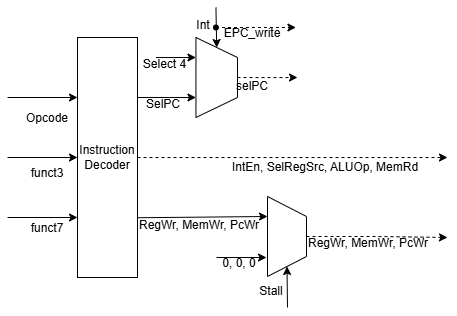
The draw.io diagram ControlUnit.drawio.png in sircuspelle/cached-harvard-risc-assembler, before a commit. Source tidied: cells renumbered, new cells last; positions are measured from the earlier drawing's top-left corner, leaving out a move shared by most shapes.
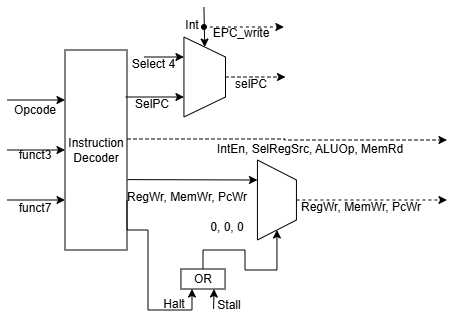
After the change.

The edit, as a diff of the source:
```diff
@@ -2,131 +2,155 @@
   <root>
     <mxCell id="0" />
     <mxCell id="1" parent="0" />
-    <mxCell id="2" style="edgeStyle=orthogonalEdgeStyle;rounded=0;jettySize=auto;html=1;exitX=1;exitY=0.5;exitDx=0;exitDy=0;dashed=1;" parent="1" edge="1" source="3">
+    <mxCell id="2" style="edgeStyle=orthogonalEdgeStyle;rounded=0;orthogonalLoop=1;jettySize=auto;html=1;exitX=1;exitY=0.5;exitDx=0;exitDy=0;dashed=1;" parent="1" edge="1">
       <mxGeometry relative="1" as="geometry">
-        <mxPoint x="440" y="150" as="targetPoint" />
+        <mxPoint x="124.5" y="119" as="sourcePoint" />
+        <mxPoint x="450" y="120" as="targetPoint" />
       </mxGeometry>
     </mxCell>
     <mxCell id="3" value="Instruction Decoder" style="rounded=0;whiteSpace=wrap;html=1;" parent="1" vertex="1">
-      <mxGeometry x="70" y="30" width="60" height="240" as="geometry" />
+      <mxGeometry x="68" y="30" width="62" height="200" as="geometry" />
     </mxCell>
-    <mxCell id="4" style="endArrow=classic;html=1;rounded=0;entryX=0;entryY=0.25;entryDx=0;entryDy=0;" parent="1" edge="1" target="3">
-      <mxGeometry relative="1" as="geometry">
-        <mxPoint y="90" as="sourcePoint" />
-      </mxGeometry>
-    </mxCell>
-    <mxCell id="5" style="endArrow=classic;html=1;rounded=0;entryX=0;entryY=0.5;entryDx=0;entryDy=0;" parent="1" edge="1" target="3">
-      <mxGeometry relative="1" as="geometry">
-        <mxPoint y="150" as="sourcePoint" />
-      </mxGeometry>
-    </mxCell>
-    <mxCell id="6" style="endArrow=classic;html=1;rounded=0;entryX=0;entryY=0.75;entryDx=0;entryDy=0;" parent="1" edge="1" target="3">
-      <mxGeometry relative="1" as="geometry">
-        <mxPoint y="210" as="sourcePoint" />
-      </mxGeometry>
-    </mxCell>
     <mxCell id="7" value="funct7" style="text;html=1;whiteSpace=wrap;strokeColor=none;fillColor=none;align=center;verticalAlign=middle;rounded=0;" parent="1" vertex="1">
-      <mxGeometry x="10" y="206" width="60" height="30" as="geometry" />
+      <mxGeometry x="8" y="182" width="60" height="12" as="geometry" />
     </mxCell>
     <mxCell id="8" value="Opcode" style="text;html=1;whiteSpace=wrap;strokeColor=none;fillColor=none;align=center;verticalAlign=middle;rounded=0;" parent="1" vertex="1">
-      <mxGeometry x="10" y="96" width="60" height="30" as="geometry" />
+      <mxGeometry x="8" y="79" width="60" height="21" as="geometry" />
     </mxCell>
     <mxCell id="9" value="funct3" style="text;html=1;whiteSpace=wrap;strokeColor=none;fillColor=none;align=center;verticalAlign=middle;rounded=0;" parent="1" vertex="1">
-      <mxGeometry x="10" y="151" width="60" height="30" as="geometry" />
+      <mxGeometry x="8" y="120" width="60" height="30" as="geometry" />
     </mxCell>
-    <mxCell id="10" style="edgeStyle=none;jettySize=auto;html=1;rounded=0;exitX=0.998;exitY=0.626;exitDx=0;exitDy=0;exitPerimeter=0;entryX=0.25;entryY=1;entryDx=0;entryDy=0;" parent="1" edge="1" target="15">
+    <mxCell id="10" style="edgeStyle=none;jettySize=auto;html=1;rounded=0;exitX=1.034;exitY=0.698;exitDx=0;exitDy=0;exitPerimeter=0;entryX=0.25;entryY=1;entryDx=0;entryDy=0;" parent="1" edge="1" target="15">
       <mxGeometry relative="1" as="geometry">
-        <mxPoint x="130" y="210.2" as="sourcePoint" />
+        <mxPoint x="130.5" y="159.6" as="sourcePoint" />
       </mxGeometry>
     </mxCell>
     <mxCell id="11" value="RegWr, MemWr,&amp;nbsp;&lt;span style=&quot;background-color: transparent; color: light-dark(rgb(0, 0, 0), rgb(255, 255, 255));&quot;&gt;PcWr&lt;/span&gt;" style="text;html=1;whiteSpace=wrap;strokeColor=none;fillColor=none;align=left;verticalAlign=middle;rounded=0;" parent="1" vertex="1">
-      <mxGeometry x="129.6" y="203" width="166.9" height="30" as="geometry" />
+      <mxGeometry x="128" y="170" width="166.9" height="14" as="geometry" />
     </mxCell>
     <mxCell id="12" value="0, 0, 0" style="text;html=1;whiteSpace=wrap;strokeColor=none;fillColor=none;align=center;verticalAlign=middle;rounded=0;" parent="1" vertex="1">
-      <mxGeometry x="202" y="241" width="60" height="30" as="geometry" />
+      <mxGeometry x="200.4" y="192" width="60" height="30" as="geometry" />
     </mxCell>
-    <mxCell id="13" style="endArrow=classic;html=1;rounded=0;" parent="1" edge="1">
-      <mxGeometry relative="1" as="geometry">
-        <mxPoint x="209" y="250" as="sourcePoint" />
-        <mxPoint x="259" y="250" as="targetPoint" />
-      </mxGeometry>
-    </mxCell>
     <mxCell id="14" style="edgeStyle=orthogonalEdgeStyle;rounded=0;jettySize=auto;html=1;dashed=1;" parent="1" edge="1" source="15">
       <mxGeometry relative="1" as="geometry">
-        <mxPoint x="440" y="230" as="targetPoint" />
+        <mxPoint x="450" y="180" as="targetPoint" />
       </mxGeometry>
     </mxCell>
     <mxCell id="15" style="shape=trapezoid;perimeter=trapezoidPerimeter;whiteSpace=wrap;html=1;fixedSize=1;direction=south;" parent="1" vertex="1">
-      <mxGeometry x="260" y="189" width="39" height="80" as="geometry" />
+      <mxGeometry x="260.4" y="140" width="39" height="80" as="geometry" />
     </mxCell>
-    <mxCell id="16" style="edgeStyle=none;jettySize=auto;html=1;rounded=0;entryX=1;entryY=0.5;entryDx=0;entryDy=0;" parent="1" edge="1" target="15">
+    <mxCell id="16" style="edgeStyle=none;jettySize=auto;html=1;rounded=0;entryX=0.75;entryY=1;entryDx=0;entryDy=0;" parent="1" edge="1" target="34">
       <mxGeometry relative="1" as="geometry">
-        <mxPoint x="280" y="300" as="sourcePoint" />
+        <mxPoint x="216.6" y="289" as="sourcePoint" />
+        <Array as="points">
+          <mxPoint x="216.6" y="289" />
+        </Array>
       </mxGeometry>
     </mxCell>
     <mxCell id="17" value="Stall" style="text;html=1;whiteSpace=wrap;strokeColor=none;fillColor=none;align=center;verticalAlign=middle;rounded=0;" parent="1" vertex="1">
-      <mxGeometry x="234.1" y="269" width="60" height="30" as="geometry" />
+      <mxGeometry x="216.9" y="280" width="29.5" height="9" as="geometry" />
     </mxCell>
     <mxCell id="18" value="IntEn, SelRegSrc, ALUOp,&amp;nbsp;&lt;span style=&quot;background-color: transparent; color: light-dark(rgb(0, 0, 0), rgb(255, 255, 255));&quot;&gt;MemRd&lt;/span&gt;" style="text;html=1;whiteSpace=wrap;strokeColor=none;fillColor=none;align=left;verticalAlign=middle;rounded=0;" parent="1" vertex="1">
-      <mxGeometry x="223" y="144" width="190" height="31" as="geometry" />
+      <mxGeometry x="217.5" y="120" width="190" height="17" as="geometry" />
     </mxCell>
     <mxCell id="19" style="edgeStyle=orthogonalEdgeStyle;rounded=0;jettySize=auto;html=1;exitX=0.5;exitY=0;exitDx=0;exitDy=0;entryX=0.75;entryY=1;entryDx=0;entryDy=0;" parent="1" edge="1" target="21">
       <mxGeometry relative="1" as="geometry">
-        <mxPoint x="130" y="90" as="sourcePoint" />
+        <mxPoint x="128.5" y="77" as="sourcePoint" />
       </mxGeometry>
     </mxCell>
     <mxCell id="20" style="edgeStyle=orthogonalEdgeStyle;rounded=0;jettySize=auto;html=1;exitX=0.5;exitY=0;exitDx=0;exitDy=0;dashed=1;" parent="1" edge="1" source="21">
       <mxGeometry relative="1" as="geometry">
-        <mxPoint x="290" y="70" as="targetPoint" />
+        <mxPoint x="288.5" y="57" as="targetPoint" />
         <Array as="points">
-          <mxPoint x="268.4" y="70" />
+          <mxPoint x="266.9" y="57" />
         </Array>
       </mxGeometry>
     </mxCell>
     <mxCell id="21" style="shape=trapezoid;perimeter=trapezoidPerimeter;whiteSpace=wrap;html=1;fixedSize=1;direction=south;" parent="1" vertex="1">
-      <mxGeometry x="188.4" y="30" width="41.6" height="80" as="geometry" />
+      <mxGeometry x="186.9" y="17" width="41.6" height="80" as="geometry" />
     </mxCell>
     <mxCell id="22" value="SelPC" style="text;html=1;whiteSpace=wrap;strokeColor=none;fillColor=none;align=center;verticalAlign=middle;rounded=0;" parent="1" vertex="1">
-      <mxGeometry x="126" y="92" width="60" height="9" as="geometry" />
+      <mxGeometry x="124.5" y="79" width="60" height="9" as="geometry" />
     </mxCell>
     <mxCell id="23" style="edgeStyle=none;jettySize=auto;html=1;rounded=0;entryX=0.25;entryY=1;entryDx=0;entryDy=0;" parent="1" edge="1" target="21">
       <mxGeometry relative="1" as="geometry">
-        <mxPoint x="148.4" y="50" as="sourcePoint" />
+        <mxPoint x="146.9" y="37" as="sourcePoint" />
       </mxGeometry>
     </mxCell>
     <mxCell id="24" value="Select 4" style="text;html=1;whiteSpace=wrap;strokeColor=none;fillColor=none;align=center;verticalAlign=middle;rounded=0;" parent="1" vertex="1">
-      <mxGeometry x="130.4" y="51" width="55" height="11" as="geometry" />
+      <mxGeometry x="128.9" y="38" width="55" height="11" as="geometry" />
     </mxCell>
     <mxCell id="25" value="selPC" style="text;html=1;whiteSpace=wrap;strokeColor=none;fillColor=none;align=center;verticalAlign=middle;rounded=0;" parent="1" vertex="1">
-      <mxGeometry x="225.4" y="73" width="40" height="11" as="geometry" />
+      <mxGeometry x="233.9" y="58" width="40" height="11" as="geometry" />
     </mxCell>
     <mxCell id="26" style="edgeStyle=none;jettySize=auto;html=1;rounded=0;entryX=0;entryY=0.5;entryDx=0;entryDy=0;" parent="1" edge="1" target="21">
       <mxGeometry relative="1" as="geometry">
-        <mxPoint x="208.4" as="sourcePoint" />
+        <mxPoint x="206.9" y="-13" as="sourcePoint" />
       </mxGeometry>
     </mxCell>
     <mxCell id="27" value="Int" style="text;html=1;whiteSpace=wrap;strokeColor=none;fillColor=none;align=center;verticalAlign=middle;rounded=0;" parent="1" vertex="1">
-      <mxGeometry x="184.4" y="10" width="24" height="15" as="geometry" />
+      <mxGeometry x="182.9" y="-3" width="24" height="15" as="geometry" />
     </mxCell>
     <mxCell id="28" style="edgeStyle=none;jettySize=auto;html=1;rounded=0;dashed=1;exitX=0.5;exitY=0.5;exitDx=0;exitDy=0;exitPerimeter=0;" parent="1" edge="1" source="32">
       <mxGeometry relative="1" as="geometry">
-        <mxPoint x="288.4" y="20" as="targetPoint" />
+        <mxPoint x="286.9" y="7" as="targetPoint" />
       </mxGeometry>
     </mxCell>
     <mxCell id="29" value="RegWr, MemWr,&amp;nbsp;&lt;span style=&quot;background-color: transparent; color: light-dark(rgb(0, 0, 0), rgb(255, 255, 255));&quot;&gt;PcWr&lt;/span&gt;" style="text;html=1;whiteSpace=wrap;strokeColor=none;fillColor=none;align=left;verticalAlign=middle;rounded=0;" parent="1" vertex="1">
-      <mxGeometry x="299" y="229" width="131" height="14" as="geometry" />
+      <mxGeometry x="302.4" y="180" width="131" height="14" as="geometry" />
     </mxCell>
     <mxCell id="30" style="edgeStyle=none;orthogonalLoop=1;jettySize=auto;html=1;rounded=0;" parent="1" edge="1">
       <mxGeometry relative="1" as="geometry">
-        <mxPoint x="228.4" y="18" as="sourcePoint" />
-        <mxPoint x="228.4" y="18" as="targetPoint" />
+        <mxPoint x="226.9" y="5" as="sourcePoint" />
+        <mxPoint x="226.9" y="5" as="targetPoint" />
       </mxGeometry>
     </mxCell>
     <mxCell id="31" value="EPC_write" style="text;html=1;whiteSpace=wrap;strokeColor=none;fillColor=none;align=center;verticalAlign=middle;rounded=0;" parent="1" vertex="1">
-      <mxGeometry x="215.4" y="20" width="60" height="12" as="geometry" />
+      <mxGeometry x="213.9" y="7" width="60" height="12" as="geometry" />
     </mxCell>
     <mxCell id="32" style="shape=waypoint;sketch=0;size=6;points=[];fillColor=none;perimeter=centerPerimeter;snapToPoint=1;" parent="1" vertex="1">
-      <mxGeometry x="198.4" y="10" width="20" height="20" as="geometry" />
+      <mxGeometry x="196.9" y="-3" width="20" height="20" as="geometry" />
     </mxCell>
+    <mxCell id="33" style="edgeStyle=orthogonalEdgeStyle;rounded=0;jettySize=auto;html=1;exitX=0.5;exitY=0;exitDx=0;exitDy=0;entryX=1;entryY=0.5;entryDx=0;entryDy=0;" parent="1" edge="1" source="34" target="15">
+      <mxGeometry relative="1" as="geometry">
+        <Array as="points">
+          <mxPoint x="206" y="230" />
+          <mxPoint x="248" y="230" />
+          <mxPoint x="248" y="250" />
+          <mxPoint x="280" y="250" />
+        </Array>
+      </mxGeometry>
+    </mxCell>
+    <mxCell id="34" value="OR" style="whiteSpace=wrap;html=1;" parent="1" vertex="1">
+      <mxGeometry x="183.9" y="249" width="44.1" height="20" as="geometry" />
+    </mxCell>
+    <mxCell id="35" style="edgeStyle=orthogonalEdgeStyle;jettySize=auto;html=1;rounded=0;exitX=1;exitY=0.75;exitDx=0;exitDy=0;entryX=0.25;entryY=1;entryDx=0;entryDy=0;" parent="1" edge="1" source="3" target="34">
+      <mxGeometry relative="1" as="geometry">
+        <Array as="points">
+          <mxPoint x="130" y="210" />
+          <mxPoint x="151" y="210" />
+          <mxPoint x="151" y="290" />
+          <mxPoint x="195" y="290" />
+        </Array>
+      </mxGeometry>
+    </mxCell>
+    <mxCell id="36" value="Halt" style="text;html=1;whiteSpace=wrap;strokeColor=none;fillColor=none;align=center;verticalAlign=middle;rounded=0;" parent="1" vertex="1">
+      <mxGeometry x="146.9" y="269" width="60" height="30" as="geometry" />
+    </mxCell>
+    <mxCell id="37" style="edgeStyle=none;jettySize=auto;html=1;rounded=0;entryX=0;entryY=0.25;entryDx=0;entryDy=0;" parent="1" edge="1" target="3">
+      <mxGeometry relative="1" as="geometry">
+        <mxPoint x="10" y="80" as="sourcePoint" />
+      </mxGeometry>
+    </mxCell>
+    <mxCell id="38" style="edgeStyle=none;jettySize=auto;html=1;rounded=0;entryX=0;entryY=0.5;entryDx=0;entryDy=0;" parent="1" edge="1" target="3">
+      <mxGeometry relative="1" as="geometry">
+        <mxPoint x="10" y="130" as="sourcePoint" />
+      </mxGeometry>
+    </mxCell>
+    <mxCell id="39" style="edgeStyle=none;jettySize=auto;html=1;rounded=0;entryX=0;entryY=0.75;entryDx=0;entryDy=0;" parent="1" edge="1" target="3">
+      <mxGeometry relative="1" as="geometry">
+        <mxPoint x="10" y="180" as="sourcePoint" />
+      </mxGeometry>
+    </mxCell>
   </root>
 </mxGraphModel>
```
